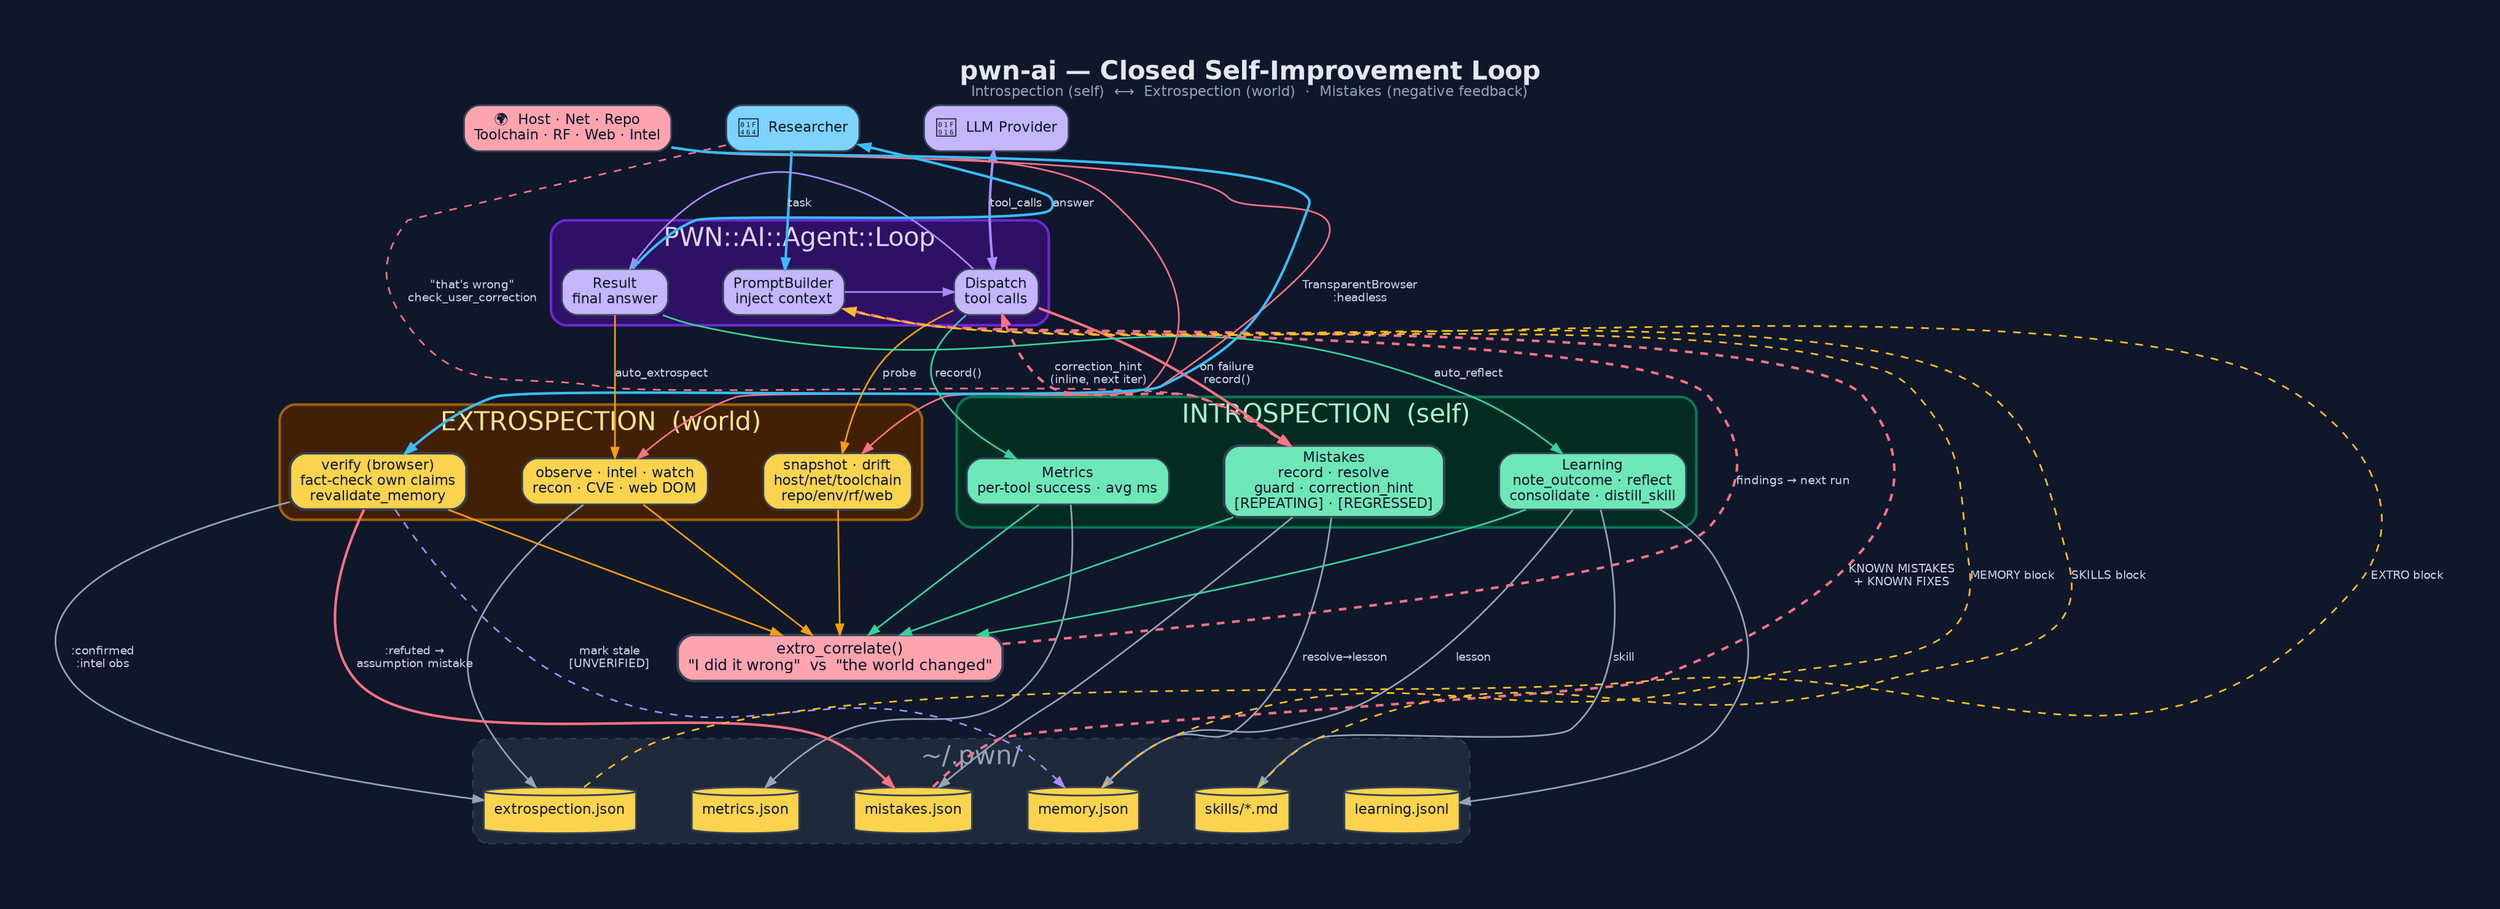
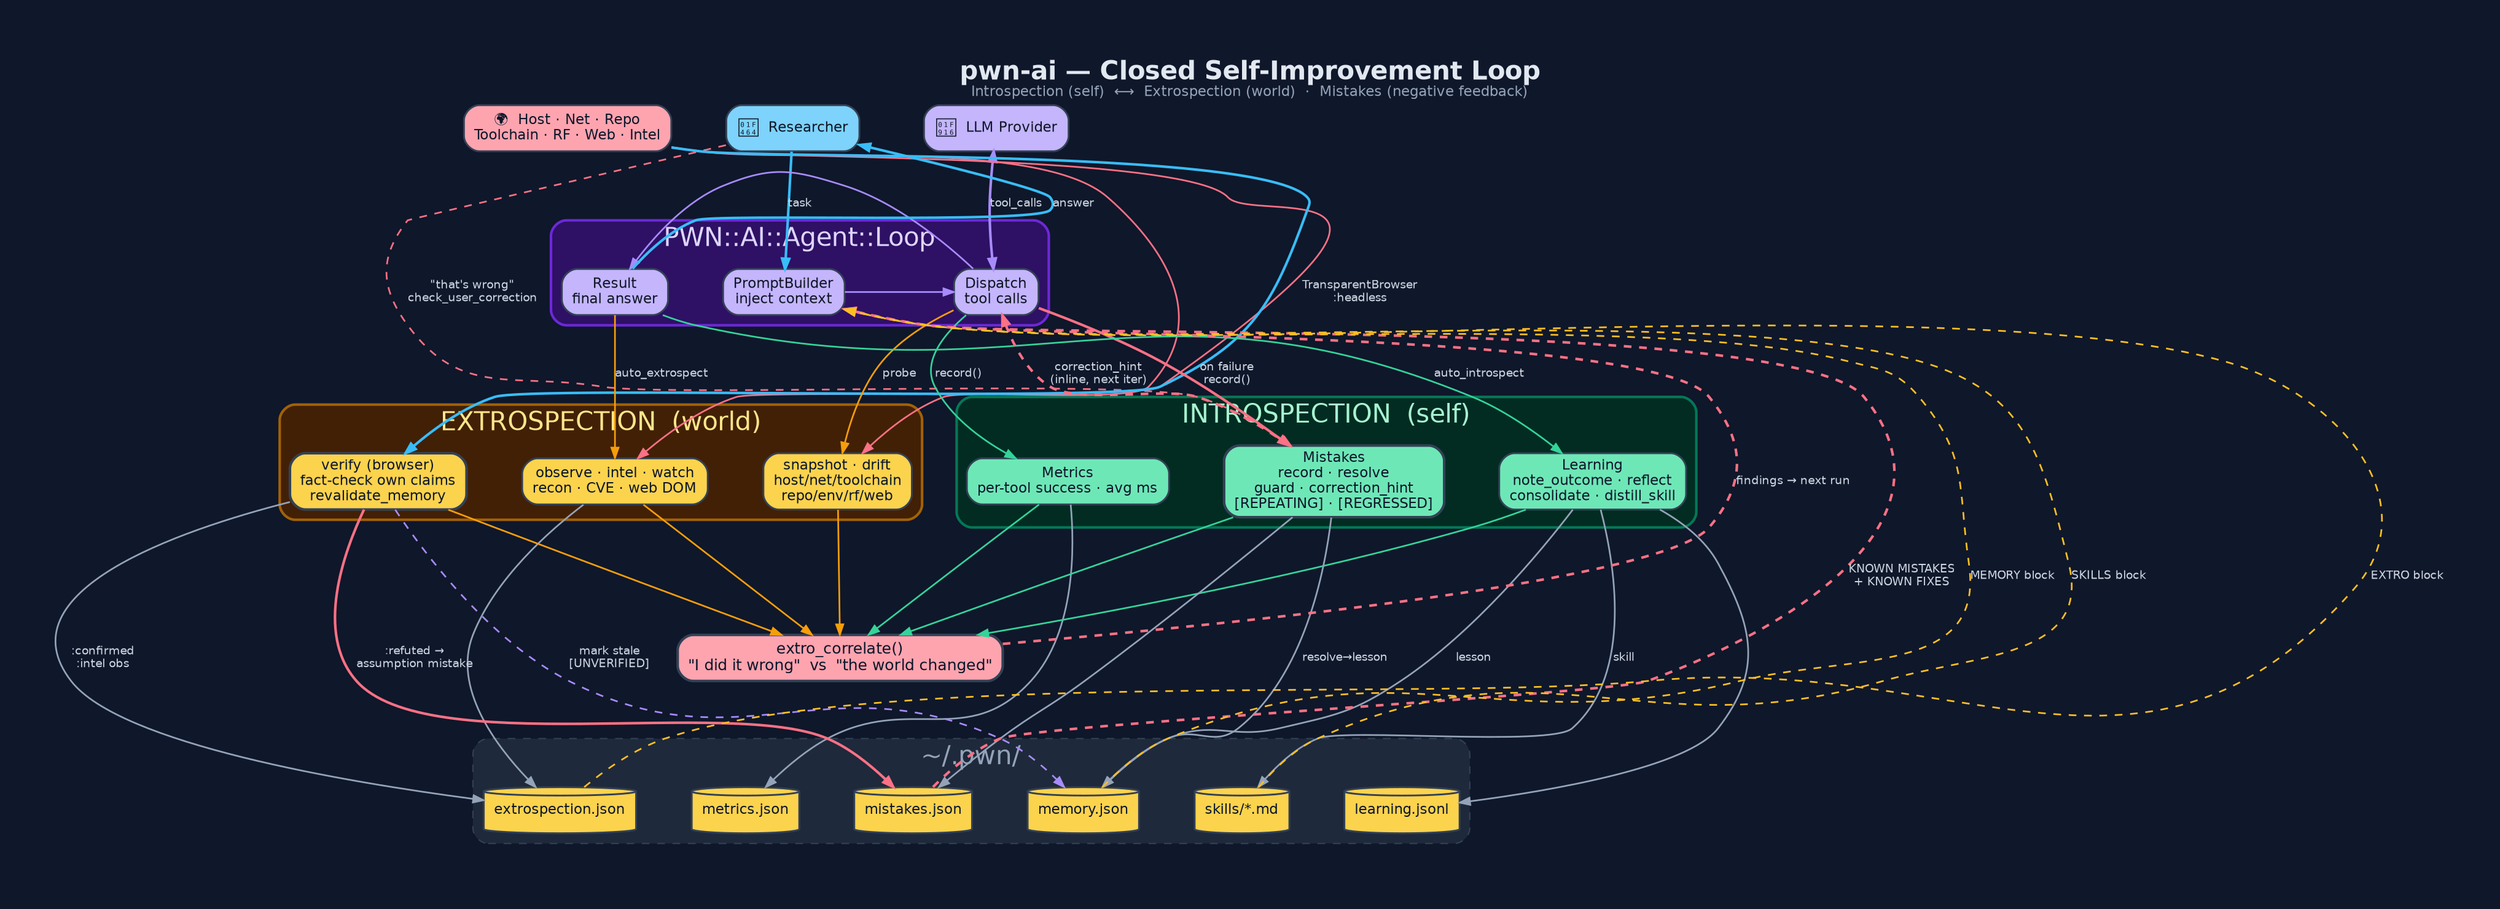
digraph "PWN_AI_Feedback_Learning_Loop" {
  graph [
    label=<<B>pwn-ai — Closed Self-Improvement Loop</B><BR/><FONT POINT-SIZE="11" COLOR="#94a3b8">Introspection (self)  ⟷  Extrospection (world)  ·  Mistakes (negative feedback)</FONT>>,
    labelloc=t, fontsize=20, fontname="Helvetica",
    rankdir=TB, splines=spline, nodesep=0.6, ranksep=1.0,
    bgcolor="#0f172a", fontcolor="#e2e8f0", pad=0.6, newrank=true, compound=true
  ];
  node [fontname="Helvetica", fontsize=11, style="filled,rounded",
        shape=box, penwidth=1.4, color="#334155", fontcolor="#0f172a"];
  edge [fontname="Helvetica", fontsize=9, color="#94a3b8",
        fontcolor="#cbd5e1", penwidth=1.3, arrowsize=0.8];

  /* L0 ─ actors */
  User  [label="👤  Researcher", fillcolor="#7dd3fc"];
  LLM   [label="🤖  LLM Provider", fillcolor="#c4b5fd"];
  World [label="🌍  Host · Net · Repo\nToolchain · RF · Web · Intel", fillcolor="#fda4af"];
  {rank=same; User; LLM; World}

  /* L1 ─ agent core */
  subgraph cluster_core {
    label="PWN::AI::Agent::Loop"; fontcolor="#ddd6fe";
    style=rounded; color="#6d28d9"; bgcolor="#2e1065"; penwidth=2;
    Prompt   [label="PromptBuilder\ninject context", fillcolor="#c4b5fd"];
    Dispatch [label="Dispatch\ntool calls",           fillcolor="#c4b5fd"];
    Result   [label="Result\nfinal answer",           fillcolor="#c4b5fd"];
  }
  {rank=same; Prompt; Dispatch; Result}

  /* L2 ─ triple engines */
  subgraph cluster_intro {
    label="INTROSPECTION  (self)"; fontcolor="#a7f3d0";
    style=rounded; color="#047857"; bgcolor="#022c22"; penwidth=2;
    Metrics  [label="Metrics\nper-tool success · avg ms", fillcolor="#6ee7b7"];
    Learning [label="Learning\nnote_outcome · reflect\nconsolidate · distill_skill", fillcolor="#6ee7b7"];
    Mistakes [label="Mistakes\nrecord · resolve\nguard · correction_hint\n[REPEATING] · [REGRESSED]", fillcolor="#6ee7b7", penwidth=2];
  }
  subgraph cluster_extro {
    label="EXTROSPECTION  (world)"; fontcolor="#fde68a";
    style=rounded; color="#a16207"; bgcolor="#422006"; penwidth=2;
    Snapshot  [label="snapshot · drift\nhost/net/toolchain\nrepo/env/rf/web", fillcolor="#fcd34d"];
    Observe   [label="observe · intel · watch\nrecon · CVE · web DOM",             fillcolor="#fcd34d"];
    Verify    [label="verify (browser)\nfact-check own claims\nrevalidate_memory", fillcolor="#fcd34d", penwidth=2];
  }
  {rank=same; Metrics; Learning; Mistakes; Snapshot; Observe; Verify}

  /* L3 ─ correlate */
  Correlate [label="extro_correlate()\n\"I did it wrong\"  vs  \"the world changed\"",
             fillcolor="#fda4af", penwidth=2, fontsize=12];

  /* L4 ─ persistence */
  subgraph cluster_store {
    label="~/.pwn/"; fontcolor="#94a3b8";
    style="rounded,dashed"; color="#334155"; bgcolor="#1e293b";
    Fmet [label="metrics.json",       shape=cylinder, fillcolor="#fcd34d"];
    Flrn [label="learning.jsonl",     shape=cylinder, fillcolor="#fcd34d"];
    Fmis [label="mistakes.json",      shape=cylinder, fillcolor="#fcd34d"];
    Fmem [label="memory.json",        shape=cylinder, fillcolor="#fcd34d"];
    Fskl [label="skills/*.md",         shape=cylinder, fillcolor="#fcd34d"];
    Fext [label="extrospection.json", shape=cylinder, fillcolor="#fcd34d"];
  }
  {rank=same; Fmet; Flrn; Fmis; Fmem; Fskl; Fext}

  /* L0 → L1 */
  User -> Prompt   [label="task", color="#38bdf8", penwidth=2];
  LLM  -> Dispatch [label="tool_calls", dir=both, color="#a78bfa", penwidth=2];
  World-> Result   [style=invis];

  /* L1 internal */
  Prompt -> Dispatch [color="#a78bfa"];
  Dispatch -> Result [color="#a78bfa"];

  /* L1 → L2 */
  Dispatch -> Metrics  [label="record()", color="#34d399"];
-   Result   -> Learning [label="auto_reflect", color="#34d399"];
+   Result   -> Learning [label="auto_introspect", color="#34d399"];
  Dispatch -> Mistakes [label="on failure\nrecord()", color="#fb7185", penwidth=2];
  User     -> Mistakes [label="\"that's wrong\"\ncheck_user_correction", color="#fb7185",
                        style=dashed, constraint=false];
  Dispatch -> Snapshot [label="probe", color="#f59e0b"];
  Result   -> Observe  [label="auto_extrospect", color="#f59e0b"];
  World    -> Snapshot [color="#fb7185", constraint=false];
  World    -> Observe  [color="#fb7185", constraint=false];
  World    -> Verify   [label="TransparentBrowser\n:headless", color="#38bdf8", constraint=false, penwidth=2];

  /* L2 → L3 */
  Metrics  -> Correlate [color="#34d399"];
  Learning -> Correlate [color="#34d399"];
  Mistakes -> Correlate [color="#34d399"];
  Snapshot -> Correlate [color="#f59e0b"];
  Observe  -> Correlate [color="#f59e0b"];
  Verify   -> Correlate [color="#f59e0b"];

  /* L3 → L4 */
  Correlate -> Fmet [style=invis];
  Metrics   -> Fmet [color="#94a3b8"];
  Learning  -> Flrn [color="#94a3b8"];
  Mistakes  -> Fmis [color="#94a3b8"];
  Mistakes  -> Fmem [label="resolve→lesson", color="#94a3b8"];
  Learning  -> Fmem [label="lesson", color="#94a3b8"];
  Learning  -> Fskl [label="skill",  color="#94a3b8"];
  Observe   -> Fext [color="#94a3b8"];
  Verify    -> Fmis [label=":refuted →\nassumption mistake", color="#fb7185", penwidth=2];
  Verify    -> Fmem [label="mark stale\n[UNVERIFIED]", color="#a78bfa", style=dashed];
  Verify    -> Fext [label=":confirmed\n:intel obs", color="#94a3b8"];

  /* feedback (dashed, non-constraining) */
  Fmem -> Prompt [label="MEMORY block",  style=dashed, color="#fbbf24", constraint=false];
  Fskl -> Prompt [label="SKILLS block",  style=dashed, color="#fbbf24", constraint=false];
  Fmis -> Prompt [label="KNOWN MISTAKES\n+ KNOWN FIXES", style=dashed, color="#fb7185",
                  constraint=false, penwidth=2];
  Fext -> Prompt [label="EXTRO block",   style=dashed, color="#fbbf24", constraint=false];
  Mistakes -> Dispatch [label="correction_hint\n(inline, next iter)", style=dashed,
                        color="#fb7185", constraint=false, penwidth=2];
  Correlate -> Prompt [label="findings → next run", style=dashed, color="#fb7185",
                       constraint=false, penwidth=2];
  Result -> User [label="answer", color="#38bdf8", constraint=false, penwidth=2];
}
